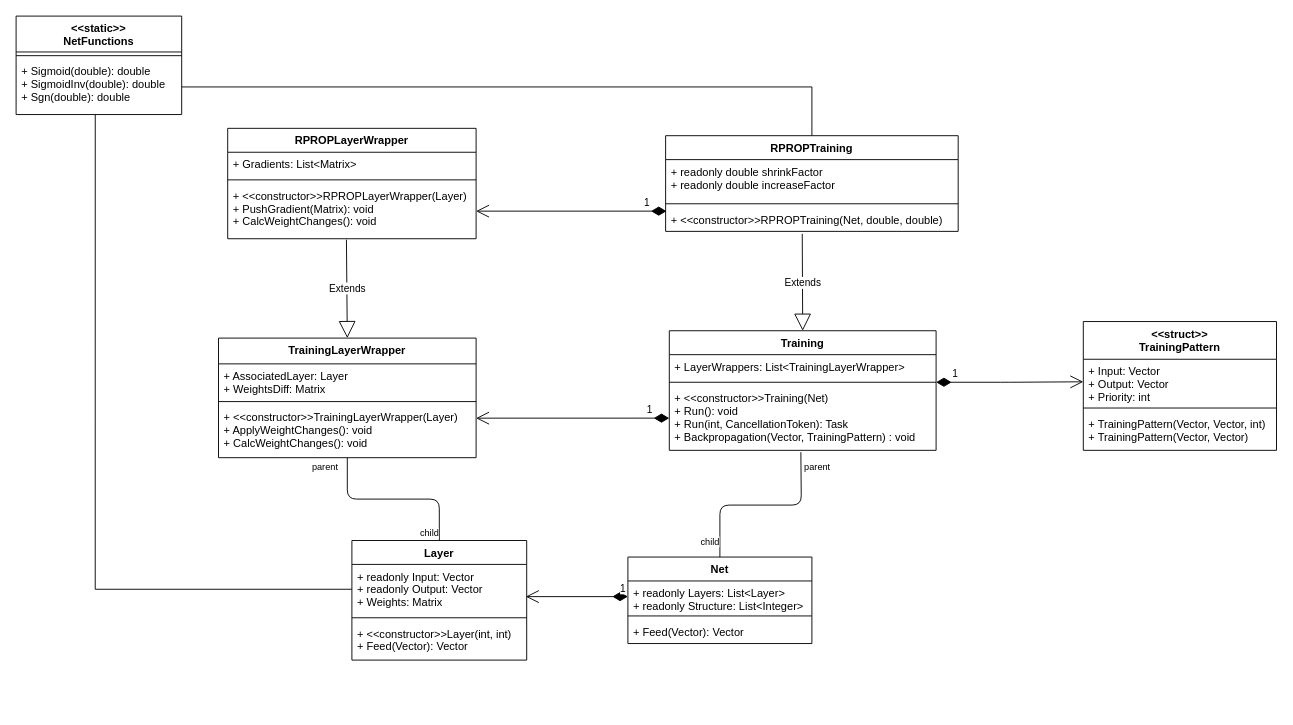
Voelker-JR/NeuralNetworks keeps this draw.io diagram as MainDiagram.drawio. Above is the earlier version. Source tidied: cells renumbered, new cells numbered last; positions are measured from the earlier drawing's top-left corner, leaving out a move shared by most shapes. Both pictures are drawn from the tidied source at 92%, with x=0, y=0 at pixel (16, 16).
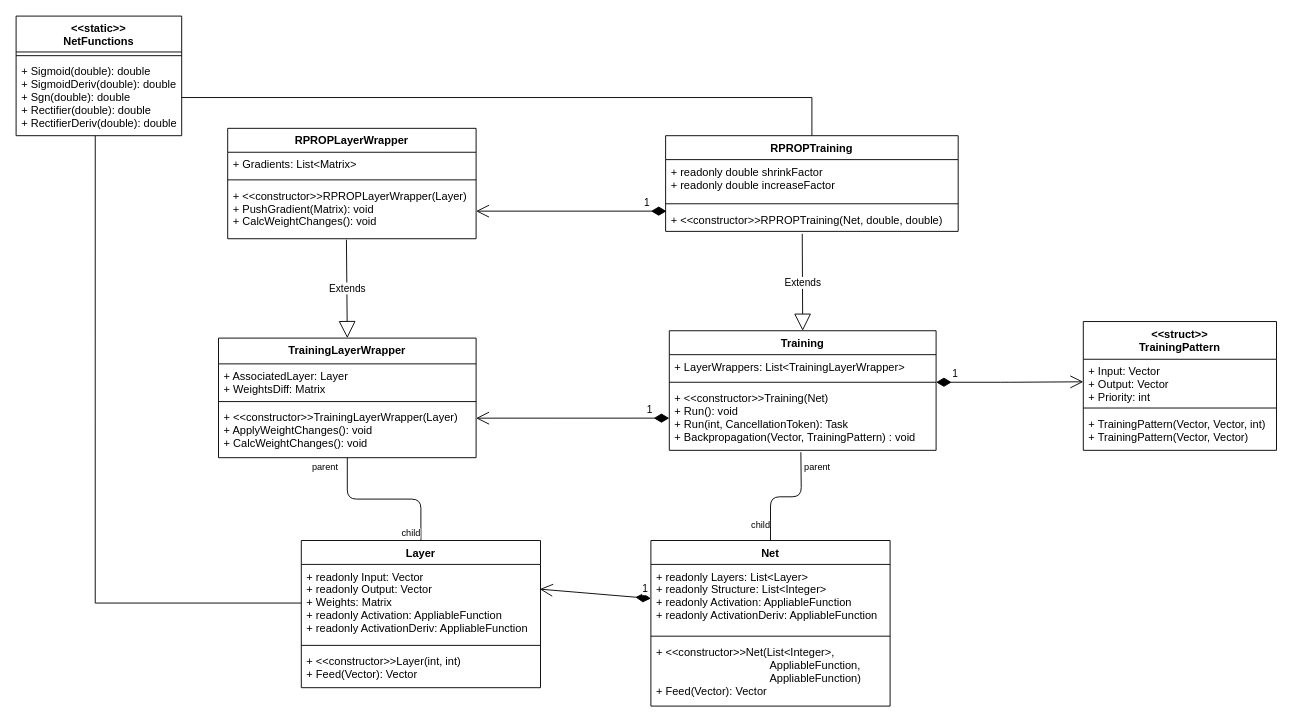
Above is the later version.

Commit message:
new activation functions in diagram

Diff of the diagram source:
```diff
@@
     <mxCell id="2" value="Layer" style="swimlane;fontStyle=1;align=center;verticalAlign=top;horizontal=1;startSize=26;" parent="1" vertex="1">
-      <mxGeometry x="365" y="570" width="190" height="130" as="geometry" />
+      <mxGeometry x="310" y="570" width="260" height="160" as="geometry" />
     </mxCell>
-    <mxCell id="3" value="+ readonly Input: Vector&#10;+ readonly Output: Vector&#10;+ Weights: Matrix" style="text;strokeColor=none;fillColor=none;align=left;verticalAlign=top;spacingLeft=4;spacingRight=4;overflow=hidden;points=[[0,0.5],[1,0.5]];portConstraint=eastwest;" parent="2" vertex="1">
-      <mxGeometry y="26" width="190" height="54" as="geometry" />
+    <mxCell id="3" value="+ readonly Input: Vector&#10;+ readonly Output: Vector&#10;+ Weights: Matrix&#10;+ readonly Activation: AppliableFunction&#10;+ readonly ActivationDeriv: AppliableFunction" style="text;strokeColor=none;fillColor=none;align=left;verticalAlign=top;spacingLeft=4;spacingRight=4;overflow=hidden;points=[[0,0.5],[1,0.5]];portConstraint=eastwest;" parent="2" vertex="1">
+      <mxGeometry y="26" width="260" height="84" as="geometry" />
     </mxCell>
     <mxCell id="4" style="line;strokeWidth=1;fillColor=none;align=left;verticalAlign=middle;spacingTop=-1;spacingLeft=3;spacingRight=3;labelPosition=right;" parent="2" vertex="1">
-      <mxGeometry y="80" width="190" height="8" as="geometry" />
+      <mxGeometry y="110" width="260" height="8" as="geometry" />
     </mxCell>
     <mxCell id="5" value="+ &lt;&lt;constructor&gt;&gt;Layer(int, int)&#10;+ Feed(Vector): Vector" style="text;strokeColor=none;fillColor=none;align=left;verticalAlign=top;spacingLeft=4;spacingRight=4;overflow=hidden;" parent="2" vertex="1">
-      <mxGeometry y="88" width="190" height="42" as="geometry" />
+      <mxGeometry y="118" width="260" height="42" as="geometry" />
     </mxCell>
     <mxCell id="6" value="Net" style="swimlane;fontStyle=1;align=center;verticalAlign=top;horizontal=1;startSize=26;" parent="1" vertex="1">
-      <mxGeometry x="665" y="588" width="200" height="94" as="geometry" />
+      <mxGeometry x="690" y="570" width="260" height="180" as="geometry" />
     </mxCell>
-    <mxCell id="7" value="+ readonly Layers: List&lt;Layer&gt;&#10;+ readonly Structure: List&lt;Integer&gt;" style="text;strokeColor=none;fillColor=none;align=left;verticalAlign=top;spacingLeft=4;spacingRight=4;overflow=hidden;points=[[0,0.5],[1,0.5]];portConstraint=eastwest;" parent="6" vertex="1">
-      <mxGeometry y="26" width="200" height="34" as="geometry" />
+    <mxCell id="7" value="+ readonly Layers: List&lt;Layer&gt;&#10;+ readonly Structure: List&lt;Integer&gt;&#10;+ readonly Activation: AppliableFunction&#10;+ readonly ActivationDeriv: AppliableFunction" style="text;strokeColor=none;fillColor=none;align=left;verticalAlign=top;spacingLeft=4;spacingRight=4;overflow=hidden;points=[[0,0.5],[1,0.5]];portConstraint=eastwest;" parent="6" vertex="1">
+      <mxGeometry y="26" width="260" height="74" as="geometry" />
     </mxCell>
     <mxCell id="8" style="line;strokeWidth=1;fillColor=none;align=left;verticalAlign=middle;spacingTop=-1;spacingLeft=3;spacingRight=3;labelPosition=right;" parent="6" vertex="1">
-      <mxGeometry y="60" width="200" height="8" as="geometry" />
+      <mxGeometry y="100" width="260" height="8" as="geometry" />
     </mxCell>
-    <mxCell id="9" value="+ Feed(Vector): Vector" style="text;strokeColor=none;fillColor=none;align=left;verticalAlign=top;spacingLeft=4;spacingRight=4;overflow=hidden;" parent="6" vertex="1">
-      <mxGeometry y="68" width="200" height="26" as="geometry" />
+    <mxCell id="9" value="+ &lt;&lt;constructor&gt;&gt;Net(List&lt;Integer&gt;,&#10;                                     AppliableFunction,&#10;                                     AppliableFunction)&#10;+ Feed(Vector): Vector" style="text;strokeColor=none;fillColor=none;align=left;verticalAlign=top;spacingLeft=4;spacingRight=4;overflow=hidden;" parent="6" vertex="1">
+      <mxGeometry y="108" width="260" height="72" as="geometry" />
     </mxCell>
-    <mxCell id="10" value="1" style="endArrow=open;html=1;endSize=12;startArrow=diamondThin;startSize=14;startFill=1;align=left;verticalAlign=bottom;exitX=0;exitY=0.5;exitDx=0;exitDy=0;entryX=0.995;entryY=0.648;entryDx=0;entryDy=0;entryPerimeter=0;" parent="1" edge="1" source="7" target="3">
+    <mxCell id="10" value="1" style="endArrow=open;html=1;endSize=12;startArrow=diamondThin;startSize=14;startFill=1;align=left;verticalAlign=bottom;exitX=0;exitY=0.5;exitDx=0;exitDy=0;entryX=0.997;entryY=0.32;entryDx=0;entryDy=0;entryPerimeter=0;" parent="1" edge="1" source="7" target="3">
       <mxGeometry x="-0.82" relative="1" as="geometry" />
     </mxCell>
@@
     <mxCell id="23" value="&lt;&lt;static&gt;&gt;&#10;NetFunctions" style="swimlane;fontStyle=1;align=center;verticalAlign=top;horizontal=1;startSize=39;" parent="1" vertex="1">
-      <mxGeometry width="180" height="107" as="geometry" />
+      <mxGeometry width="180" height="130" as="geometry" />
     </mxCell>
@@
-    <mxCell id="25" value="+ Sigmoid(double): double&#10;+ SigmoidInv(double): double&#10;+ Sgn(double): double" style="text;strokeColor=none;fillColor=none;align=left;verticalAlign=top;spacingLeft=4;spacingRight=4;overflow=hidden;points=[[0,0.5],[1,0.5]];portConstraint=eastwest;" parent="23" vertex="1">
-      <mxGeometry y="47" width="180" height="60" as="geometry" />
+    <mxCell id="25" value="+ Sigmoid(double): double&#10;+ SigmoidDeriv(double): double&#10;+ Sgn(double): double&#10;+ Rectifier(double): double&#10;+ RectifierDeriv(double): double" style="text;strokeColor=none;fillColor=none;align=left;verticalAlign=top;spacingLeft=4;spacingRight=4;overflow=hidden;points=[[0,0.5],[1,0.5]];portConstraint=eastwest;" parent="23" vertex="1">
+      <mxGeometry y="47" width="180" height="83" as="geometry" />
     </mxCell>
```
